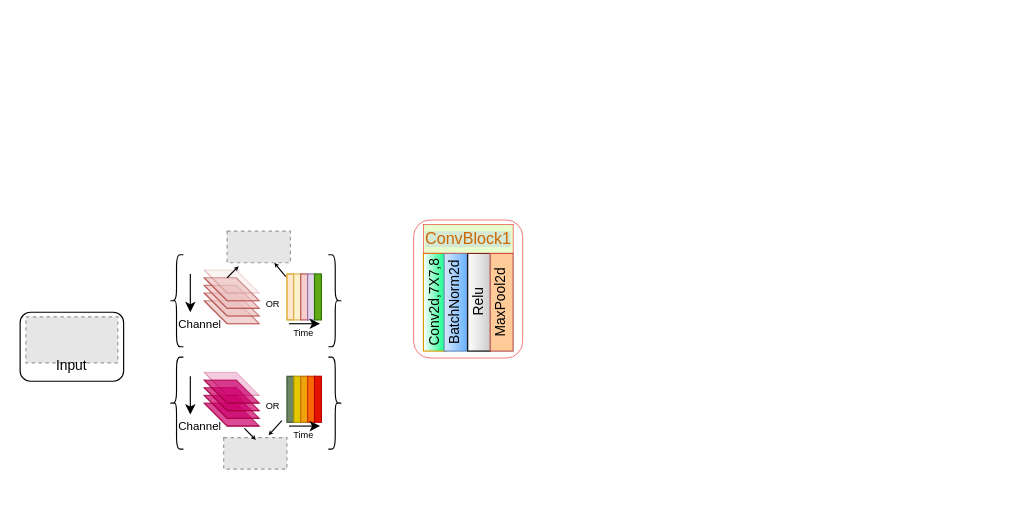
lhwjsj/Diagram keeps this draw.io diagram as 未命名绘图.drawio. Above is the earlier version. Source tidied: cells renumbered, new cells numbered last; positions are measured from the earlier drawing's top-left corner, leaving out a move shared by most shapes. Both pictures are drawn from the tidied source at 115%, with x=0, y=0 at pixel (20, 181). Pictures stored in the file or linked from it are replaced by grey dashed boxes.
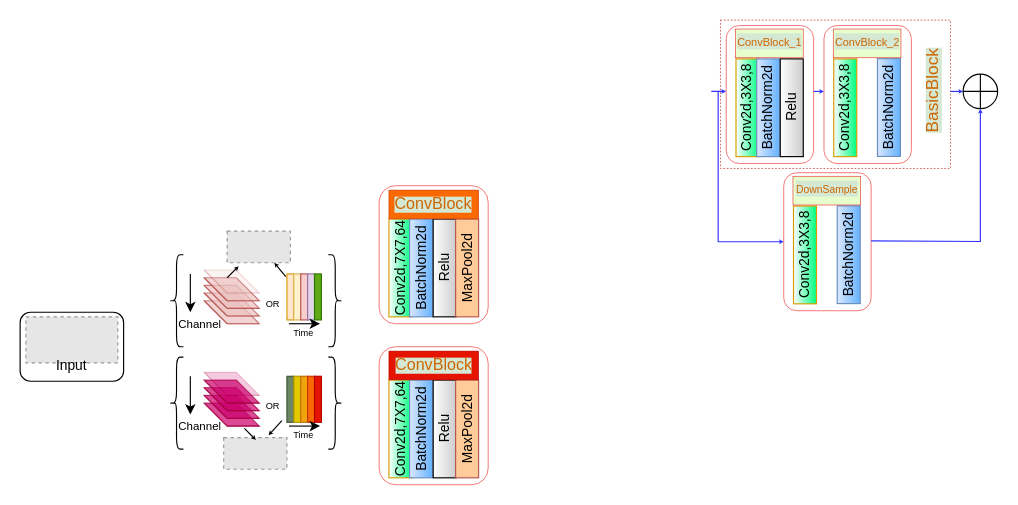
Above is the later version.

Commit message (it also covers changes not shown here):
更新未命名绘图.drawio

Change to the diagram source:
```diff
@@
     <mxCell id="52" style="group;" parent="1" vertex="1">
-      <mxGeometry x="340" y="33.8" width="100" height="120" as="geometry" />
+      <mxGeometry x="310" y="4" width="100" height="120" as="geometry" />
     </mxCell>
@@
-    <mxCell id="54" value="Conv2d,7X7,8" style="rounded=0;whiteSpace=wrap;html=1;fillColor=default;strokeColor=#d79b00;gradientColor=#00FF80;rotation=-90;" parent="52" vertex="1">
+    <mxCell id="54" value="Conv2d,7X7,64" style="rounded=0;whiteSpace=wrap;html=1;fillColor=default;strokeColor=#d79b00;gradientColor=#00FF80;rotation=-90;" parent="52" vertex="1">
       <mxGeometry x="-21.8" y="61.5" width="85" height="20" as="geometry" />
     </mxCell>
@@
-    <mxCell id="58" style="rounded=0;whiteSpace=wrap;html=1;fillColor=#E6FFCC;strokeColor=#eb1e1e;strokeWidth=0.5;rotation=-90;" parent="52" vertex="1">
+    <mxCell id="58" style="rounded=0;whiteSpace=wrap;html=1;fillColor=#fa6800;strokeColor=#C73500;strokeWidth=0.5;rotation=-90;fontColor=#000000;" parent="52" vertex="1">
       <mxGeometry x="37.2" y="-22.7" width="25" height="78" as="geometry" />
     </mxCell>
-    <mxCell id="59" value="&lt;span style=&quot;background-color: rgb(213, 232, 212);&quot;&gt;&lt;font style=&quot;font-size: 14px;&quot;&gt;ConvBlock1&lt;/font&gt;&lt;/span&gt;" style="text;html=1;align=center;verticalAlign=middle;whiteSpace=wrap;rounded=0;fontColor=#CC6600;horizontal=0;rotation=90;" parent="52" vertex="1">
-      <mxGeometry x="39" y="-33.4" width="21.5" height="99.5" as="geometry" />
+    <mxCell id="59" value="&lt;span style=&quot;background-color: rgb(213, 232, 212);&quot;&gt;&lt;font style=&quot;font-size: 14px;&quot;&gt;ConvBlock&lt;/font&gt;&lt;/span&gt;" style="text;html=1;align=center;verticalAlign=middle;whiteSpace=wrap;rounded=0;fontColor=#CC6600;horizontal=0;rotation=90;" parent="52" vertex="1">
+      <mxGeometry x="38.9" y="-25.4" width="21.5" height="83.4" as="geometry" />
     </mxCell>
+    <mxCell id="60" style="group;" parent="1" vertex="1">
+      <mxGeometry x="310" y="144" width="100" height="120" as="geometry" />
+    </mxCell>
+    <mxCell id="61" style="rounded=1;whiteSpace=wrap;html=1;fillColor=none;strokeWidth=0.5;strokeColor=#ec1818;" parent="60" vertex="1">
+      <mxGeometry x="2.2" width="94.8" height="120" as="geometry" />
+    </mxCell>
+    <mxCell id="62" value="Conv2d,7X7,64" style="rounded=0;whiteSpace=wrap;html=1;fillColor=default;strokeColor=#d79b00;gradientColor=#00FF80;rotation=-90;" parent="60" vertex="1">
+      <mxGeometry x="-21.8" y="61.5" width="85" height="20" as="geometry" />
+    </mxCell>
+    <mxCell id="63" value="BatchNorm2d" style="rounded=0;whiteSpace=wrap;html=1;fillColor=#dae8fc;strokeColor=#6c8ebf;gradientColor=#66B2FF;rotation=-90;" parent="60" vertex="1">
+      <mxGeometry x="-3.8" y="61.5" width="85" height="20" as="geometry" />
+    </mxCell>
+    <mxCell id="64" value="Relu" style="rounded=0;whiteSpace=wrap;html=1;gradientColor=#CCCCCC;rotation=-90;" parent="60" vertex="1">
+      <mxGeometry x="16.7" y="61.5" width="85" height="20" as="geometry" />
+    </mxCell>
+    <mxCell id="65" value="MaxPool2d" style="rounded=0;whiteSpace=wrap;html=1;fillColor=#FFCC99;strokeColor=#b85450;rotation=-90;" parent="60" vertex="1">
+      <mxGeometry x="36.2" y="61.5" width="85" height="20" as="geometry" />
+    </mxCell>
+    <mxCell id="66" style="rounded=0;whiteSpace=wrap;html=1;fillColor=#e51400;strokeColor=#B20000;strokeWidth=0.5;rotation=-90;fontColor=#ffffff;" parent="60" vertex="1">
+      <mxGeometry x="37.2" y="-22.7" width="25" height="78" as="geometry" />
+    </mxCell>
+    <mxCell id="67" value="&lt;span style=&quot;background-color: rgb(213, 232, 212);&quot;&gt;&lt;font style=&quot;font-size: 14px;&quot;&gt;ConvBlock&lt;/font&gt;&lt;/span&gt;" style="text;html=1;align=center;verticalAlign=middle;whiteSpace=wrap;rounded=0;fontColor=#CC6600;horizontal=0;rotation=90;" parent="60" vertex="1">
+      <mxGeometry x="39.2" y="-33.4" width="21.5" height="99.5" as="geometry" />
+    </mxCell>
+    <mxCell id="68" style="rounded=0;whiteSpace=wrap;html=1;fillColor=none;strokeWidth=0.5;dashed=1;fontColor=#ffffff;strokeColor=#B20000;" parent="1" vertex="1">
+      <mxGeometry x="609" y="-140" width="200" height="129" as="geometry" />
+    </mxCell>
+    <mxCell id="69" style="rounded=1;whiteSpace=wrap;html=1;fillColor=none;strokeWidth=0.5;strokeColor=#ec1818;flipV=0;" parent="1" vertex="1">
+      <mxGeometry x="614" y="-135.3" width="76" height="120" as="geometry" />
+    </mxCell>
+    <mxCell id="70" value="Conv2d,3X3,8" style="rounded=0;whiteSpace=wrap;html=1;fillColor=default;strokeColor=#d79b00;gradientColor=#00FF80;rotation=-90;flipV=0;" parent="1" vertex="1">
+      <mxGeometry x="590" y="-73.8" width="85" height="20" as="geometry" />
+    </mxCell>
+    <mxCell id="71" value="BatchNorm2d" style="rounded=0;whiteSpace=wrap;html=1;fillColor=#dae8fc;strokeColor=#6c8ebf;gradientColor=#66B2FF;rotation=-90;flipV=0;" parent="1" vertex="1">
+      <mxGeometry x="608" y="-73.8" width="85" height="20" as="geometry" />
+    </mxCell>
+    <mxCell id="72" value="Relu" style="rounded=0;whiteSpace=wrap;html=1;gradientColor=#CCCCCC;rotation=-90;flipV=0;" parent="1" vertex="1">
+      <mxGeometry x="628.5" y="-73.8" width="85" height="20" as="geometry" />
+    </mxCell>
+    <mxCell id="73" style="rounded=0;whiteSpace=wrap;html=1;fillColor=#E6FFCC;strokeColor=#eb1e1e;strokeWidth=0.5;rotation=-90;flipV=0;" parent="1" vertex="1">
+      <mxGeometry x="639" y="-149.2" width="25" height="58.9" as="geometry" />
+    </mxCell>
+    <mxCell id="74" value="&lt;span style=&quot;background-color: rgb(213, 232, 212);&quot;&gt;&lt;font style=&quot;&quot;&gt;&lt;font style=&quot;font-size: 9.5px;&quot;&gt;ConvBlock_1&lt;/font&gt;&lt;br&gt;&lt;/font&gt;&lt;/span&gt;" style="text;html=1;align=center;verticalAlign=middle;whiteSpace=wrap;rounded=0;fontColor=#CC6600;horizontal=0;rotation=90;flipH=1;flipV=0;" parent="1" vertex="1">
+      <mxGeometry x="641" y="-156" width="21.5" height="69.5" as="geometry" />
+    </mxCell>
+    <mxCell id="75" value="Conv2d,3X3,8" style="rounded=0;whiteSpace=wrap;html=1;fillColor=default;strokeColor=#d79b00;gradientColor=#00FF80;rotation=-90;" parent="1" vertex="1">
+      <mxGeometry x="675" y="-73.8" width="85" height="20" as="geometry" />
+    </mxCell>
+    <mxCell id="76" value="BatchNorm2d" style="rounded=0;whiteSpace=wrap;html=1;fillColor=#dae8fc;strokeColor=#6c8ebf;gradientColor=#66B2FF;rotation=-90;" parent="1" vertex="1">
+      <mxGeometry x="713" y="-74" width="85" height="20" as="geometry" />
+    </mxCell>
+    <mxCell id="77" style="rounded=1;whiteSpace=wrap;html=1;fillColor=none;strokeWidth=0.5;strokeColor=#ec1818;" parent="1" vertex="1">
+      <mxGeometry x="699" y="-135.3" width="76" height="120" as="geometry" />
+    </mxCell>
+    <mxCell id="78" style="rounded=0;whiteSpace=wrap;html=1;fillColor=#E6FFCC;strokeColor=#eb1e1e;strokeWidth=0.5;rotation=-90;" parent="1" vertex="1">
+      <mxGeometry x="724" y="-149.2" width="25" height="58.9" as="geometry" />
+    </mxCell>
+    <mxCell id="79" value="&lt;span style=&quot;background-color: rgb(213, 232, 212);&quot;&gt;&lt;font style=&quot;&quot;&gt;&lt;font style=&quot;font-size: 9.5px;&quot;&gt;ConvBlock_2&lt;/font&gt;&lt;br&gt;&lt;/font&gt;&lt;/span&gt;" style="text;html=1;align=center;verticalAlign=middle;whiteSpace=wrap;rounded=0;fontColor=#CC6600;horizontal=0;rotation=90;flipH=1;" parent="1" vertex="1">
+      <mxGeometry x="726" y="-156" width="21.5" height="69.5" as="geometry" />
+    </mxCell>
+    <mxCell id="80" style="rounded=1;whiteSpace=wrap;html=1;fillColor=none;strokeWidth=0.5;strokeColor=#ec1818;flipV=0;" parent="1" vertex="1">
+      <mxGeometry x="664" y="-7.3" width="76" height="120" as="geometry" />
+    </mxCell>
+    <mxCell id="81" value="Conv2d,3X3,8" style="rounded=0;whiteSpace=wrap;html=1;fillColor=default;strokeColor=#d79b00;gradientColor=#00FF80;rotation=-90;flipV=0;" parent="1" vertex="1">
+      <mxGeometry x="640" y="54.2" width="85" height="20" as="geometry" />
+    </mxCell>
+    <mxCell id="82" value="BatchNorm2d" style="rounded=0;whiteSpace=wrap;html=1;fillColor=#dae8fc;strokeColor=#6c8ebf;gradientColor=#66B2FF;rotation=-90;flipV=0;" parent="1" vertex="1">
+      <mxGeometry x="678" y="54" width="85" height="20" as="geometry" />
+    </mxCell>
+    <mxCell id="83" style="rounded=0;whiteSpace=wrap;html=1;fillColor=#E6FFCC;strokeColor=#eb1e1e;strokeWidth=0.5;rotation=-90;flipV=0;" parent="1" vertex="1">
+      <mxGeometry x="689" y="-21.2" width="25" height="58.9" as="geometry" />
+    </mxCell>
+    <mxCell id="84" value="&lt;span style=&quot;background-color: rgb(213, 232, 212);&quot;&gt;&lt;font style=&quot;&quot;&gt;&lt;font style=&quot;font-size: 9px;&quot;&gt;DownSample&lt;/font&gt;&lt;br&gt;&lt;/font&gt;&lt;/span&gt;" style="text;html=1;align=center;verticalAlign=middle;whiteSpace=wrap;rounded=0;fontColor=#CC6600;horizontal=0;rotation=90;flipH=1;flipV=0;" parent="1" vertex="1">
+      <mxGeometry x="691" y="-23" width="21.5" height="59.5" as="geometry" />
+    </mxCell>
+    <mxCell id="85" style="edgeStyle=orthogonalEdgeStyle;rounded=0;orthogonalLoop=1;jettySize=auto;html=1;endSize=1;startSize=1;fillColor=#dae8fc;strokeColor=#3333FF;" parent="1" edge="1">
+      <mxGeometry relative="1" as="geometry">
+        <mxPoint x="690" y="-78" as="sourcePoint" />
+        <mxPoint x="699" y="-78" as="targetPoint" />
+        <Array as="points">
+          <mxPoint x="691" y="-78" />
+        </Array>
+      </mxGeometry>
+    </mxCell>
+    <mxCell id="86" style="edgeStyle=orthogonalEdgeStyle;rounded=0;jettySize=auto;html=1;endSize=1;startSize=1;fillColor=#dae8fc;strokeColor=#3333FF;entryX=-0.002;entryY=0.477;entryDx=0;entryDy=0;entryPerimeter=0;" parent="1" edge="1" target="69">
+      <mxGeometry relative="1" as="geometry">
+        <mxPoint x="601" y="-78" as="sourcePoint" />
+        <Array as="points">
+          <mxPoint x="603" y="-78" />
+        </Array>
+      </mxGeometry>
+    </mxCell>
+    <mxCell id="87" style="edgeStyle=orthogonalEdgeStyle;rounded=0;jettySize=auto;html=1;endSize=1;startSize=1;fillColor=#dae8fc;strokeColor=#3333FF;entryX=0;entryY=0.5;entryDx=0;entryDy=0;" parent="1" edge="1" target="80">
+      <mxGeometry relative="1" as="geometry">
+        <mxPoint x="607" y="-78" as="sourcePoint" />
+        <Array as="points">
+          <mxPoint x="607" y="53" />
+        </Array>
+      </mxGeometry>
+    </mxCell>
+    <mxCell id="88" style="verticalLabelPosition=bottom;verticalAlign=top;html=1;shape=mxgraph.flowchart.summing_function;" parent="1" vertex="1">
+      <mxGeometry x="820" y="-93" width="30" height="30" as="geometry" />
+    </mxCell>
+    <mxCell id="89" style="edgeStyle=orthogonalEdgeStyle;rounded=0;jettySize=auto;html=1;endSize=1;startSize=1;fillColor=#dae8fc;strokeColor=#3333FF;entryX=0;entryY=0.5;entryDx=0;entryDy=0;entryPerimeter=0;" parent="1" edge="1" target="88">
+      <mxGeometry relative="1" as="geometry">
+        <mxPoint x="809" y="-78" as="sourcePoint" />
+      </mxGeometry>
+    </mxCell>
+    <mxCell id="90" style="edgeStyle=orthogonalEdgeStyle;rounded=0;jettySize=auto;html=1;endSize=1;startSize=1;fillColor=#dae8fc;strokeColor=#3333FF;entryX=0.5;entryY=1;entryDx=0;entryDy=0;entryPerimeter=0;" parent="1" edge="1" target="88">
+      <mxGeometry relative="1" as="geometry">
+        <mxPoint x="740" y="52" as="sourcePoint" />
+      </mxGeometry>
+    </mxCell>
+    <mxCell id="91" value="&lt;span style=&quot;background-color: rgb(213, 232, 212);&quot;&gt;&lt;font style=&quot;&quot;&gt;&lt;font style=&quot;font-size: 15px;&quot;&gt;BasicBlock&lt;/font&gt;&lt;br&gt;&lt;/font&gt;&lt;/span&gt;" style="text;html=1;align=center;verticalAlign=middle;whiteSpace=wrap;rounded=0;fontColor=#CC6600;horizontal=0;rotation=0;flipH=1;" parent="1" vertex="1">
+      <mxGeometry x="782" y="-113" width="21.5" height="69.5" as="geometry" />
+    </mxCell>
```
